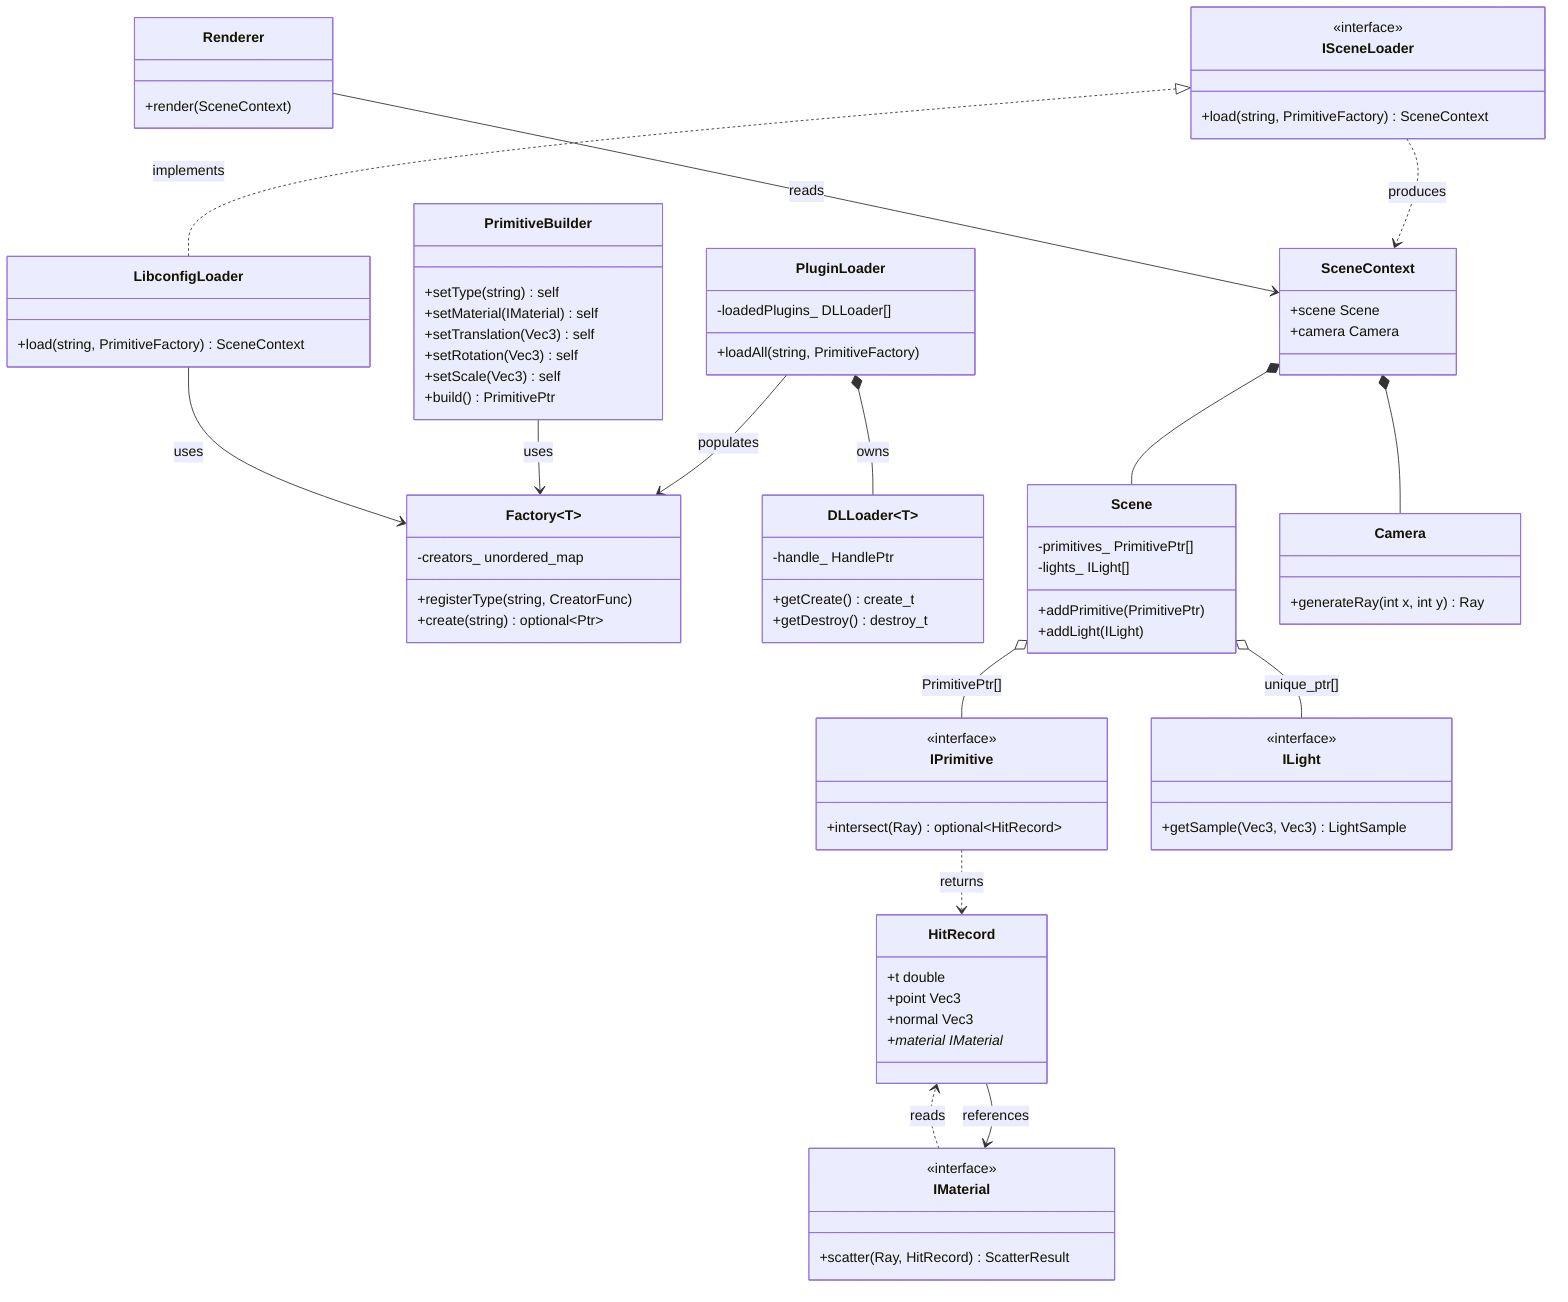
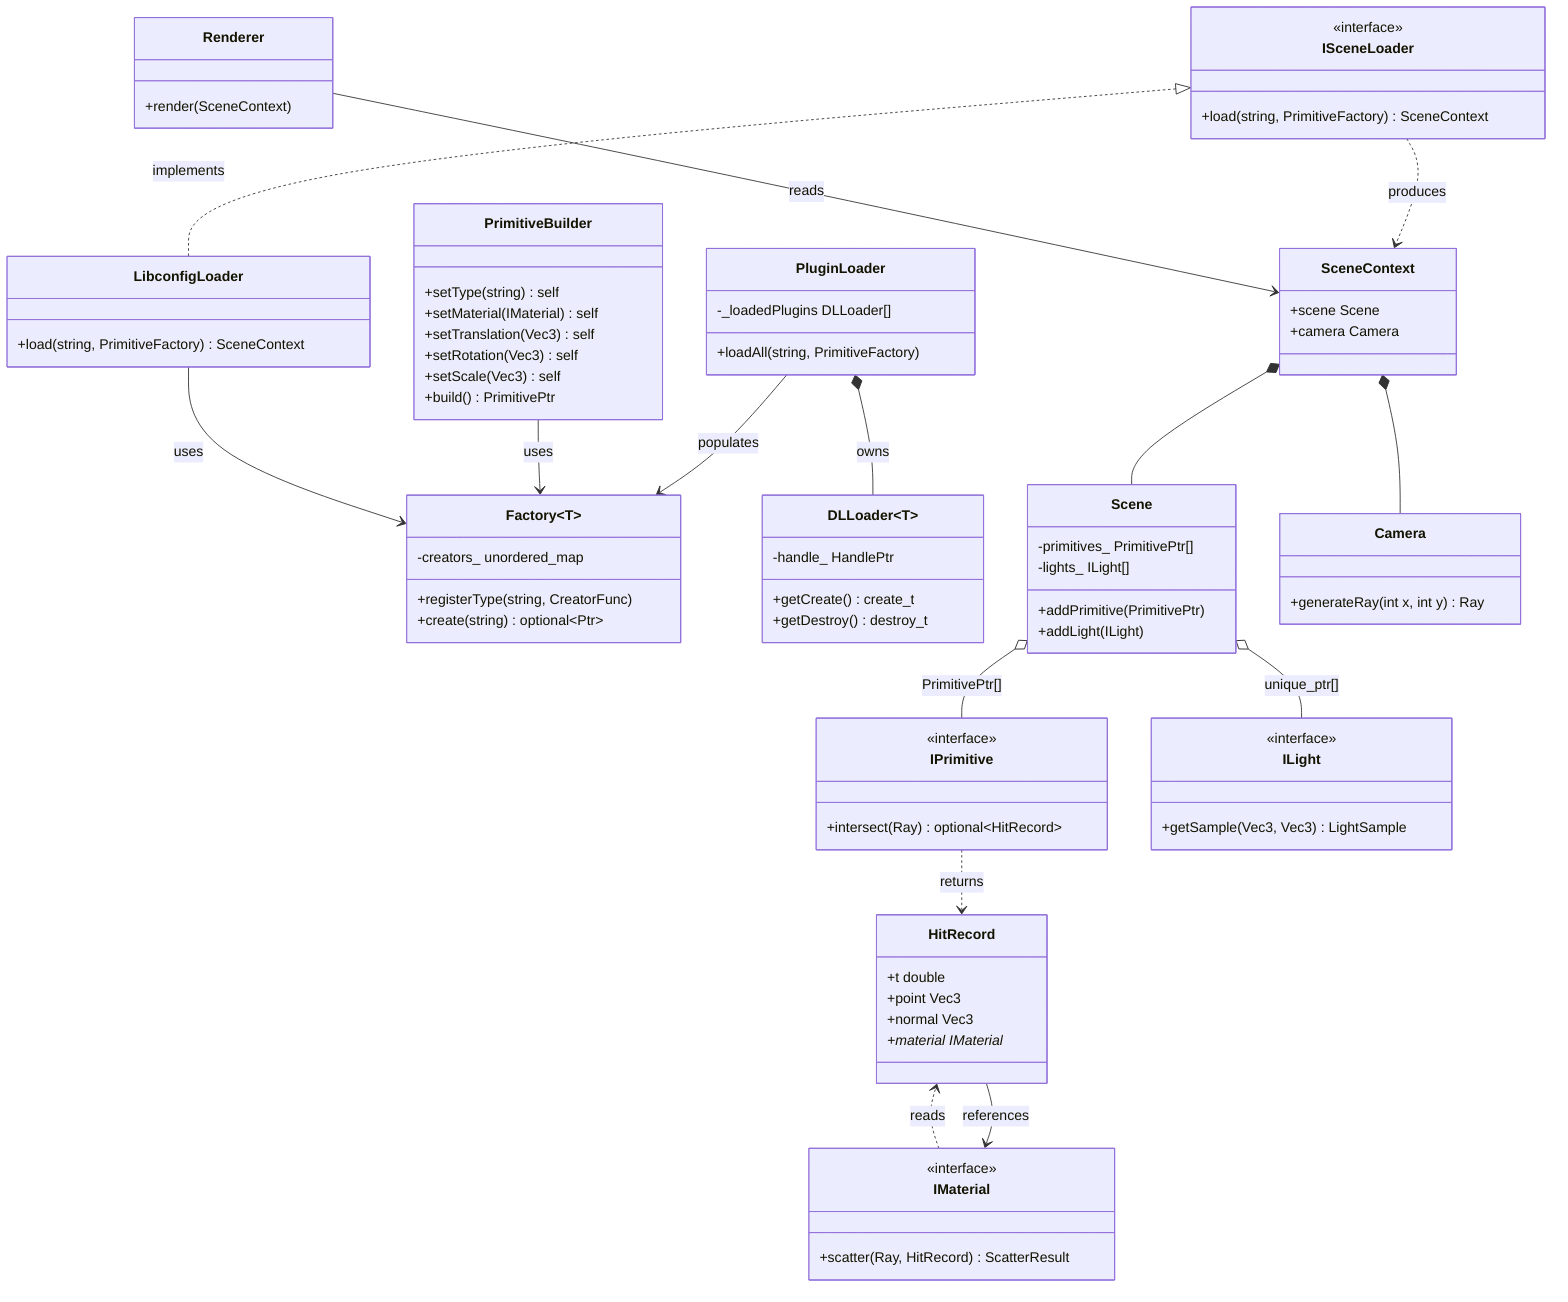
classDiagram
    direction TB

    class IPrimitive {
        <<interface>>
        +intersect(Ray) optional~HitRecord~
    }
    class IMaterial {
        <<interface>>
        +scatter(Ray, HitRecord) ScatterResult
    }
    class ILight {
        <<interface>>
        +getSample(Vec3, Vec3) LightSample
    }
    class ISceneLoader {
        <<interface>>
        +load(string, PrimitiveFactory) SceneContext
    }

    class Factory~T~ {
        -creators_ unordered_map
        +registerType(string, CreatorFunc)
        +create(string) optional~Ptr~
    }
    class DLLoader~T~ {
        -handle_ HandlePtr
        +getCreate() create_t
        +getDestroy() destroy_t
    }
    class PluginLoader {
-         -loadedPlugins_ DLLoader[]
+         -_loadedPlugins DLLoader[]
        +loadAll(string, PrimitiveFactory)
    }
    class LibconfigLoader {
        +load(string, PrimitiveFactory) SceneContext
    }

    class Scene {
        -primitives_ PrimitivePtr[]
        -lights_ ILight[]
        +addPrimitive(PrimitivePtr)
        +addLight(ILight)
    }
    class Camera {
        +generateRay(int x, int y) Ray
    }
    class SceneContext {
        +scene Scene
        +camera Camera
    }
    class PrimitiveBuilder {
        +setType(string) self
        +setMaterial(IMaterial) self
        +setTranslation(Vec3) self
        +setRotation(Vec3) self
        +setScale(Vec3) self
        +build() PrimitivePtr
    }
    class Renderer {
        +render(SceneContext)
    }
    class HitRecord {
        +t double
        +point Vec3
        +normal Vec3
        +material IMaterial*
    }

    ISceneLoader <|.. LibconfigLoader : implements
    PluginLoader *-- DLLoader~T~ : owns
    PluginLoader --> Factory~T~ : populates
    PrimitiveBuilder --> Factory~T~ : uses
    LibconfigLoader --> Factory~T~ : uses
    Scene o-- IPrimitive : PrimitivePtr[]
    Scene o-- ILight : unique_ptr[]
    SceneContext *-- Scene
    SceneContext *-- Camera
    ISceneLoader ..> SceneContext : produces
    Renderer --> SceneContext : reads
    HitRecord --> IMaterial : references
    IPrimitive ..> HitRecord : returns
    IMaterial ..> HitRecord : reads
